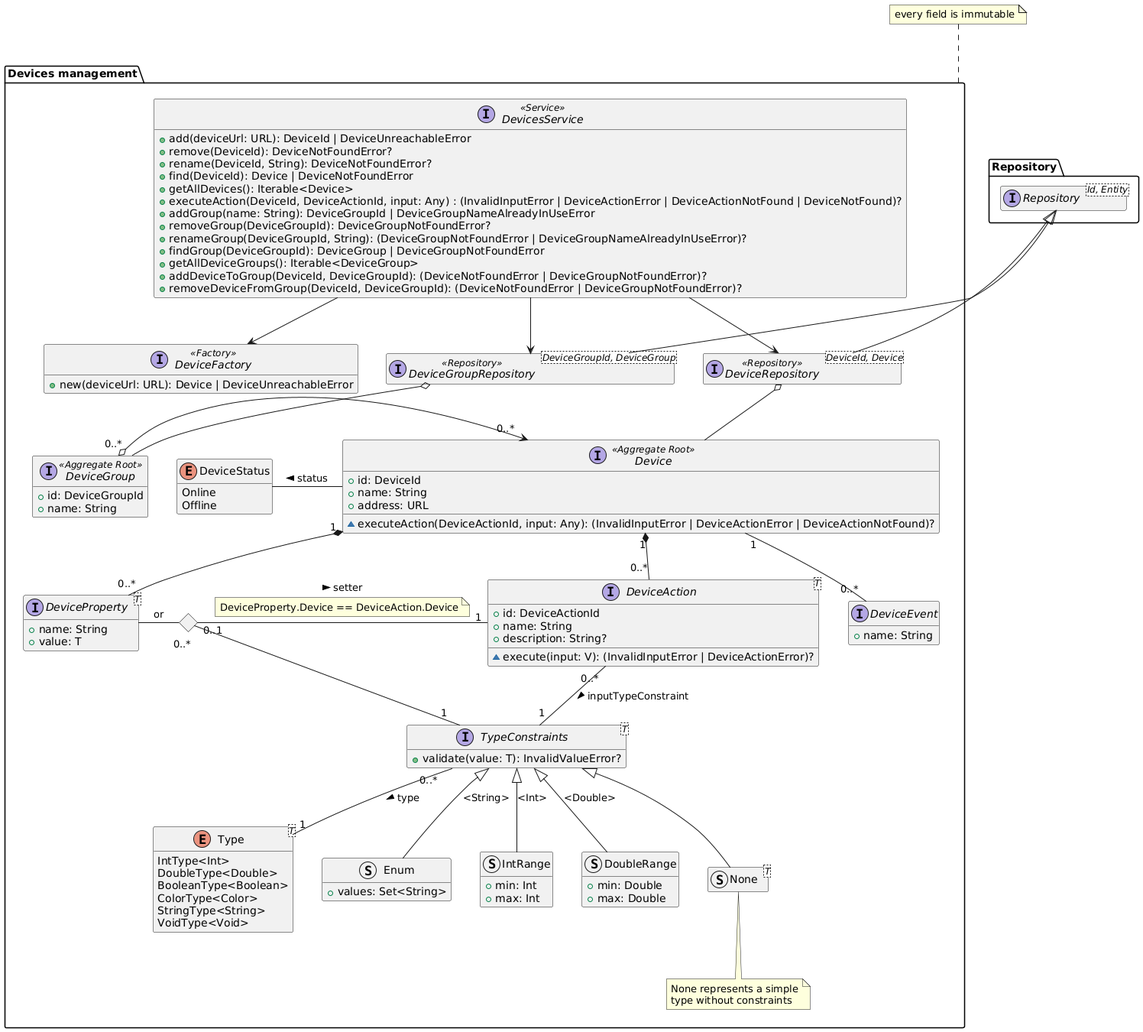
DomoticASW/.github keeps this PlantUML diagram as diagrams/generated/devices-management-domain-model.png. Above is the earlier version.
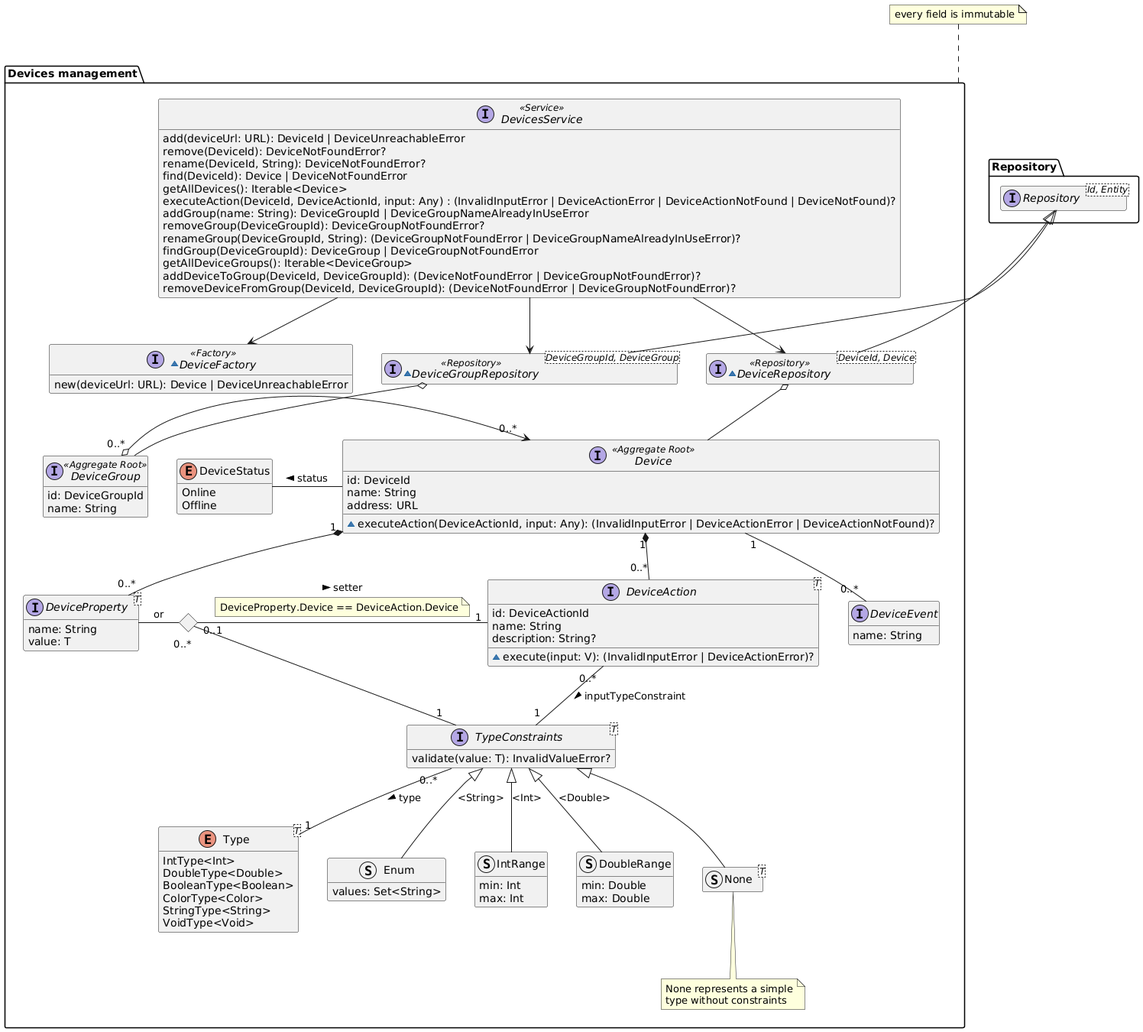
Above is the later version.

Change to the diagram source:
```diff
@@ -8,9 +8,9 @@
 package "Devices management" {
 
     interface Device <<Aggregate Root>> {
-        + id: DeviceId
-        + name: String
-        + address: URL
+        id: DeviceId
+        name: String
+        address: URL
         ~ executeAction(DeviceActionId, input: Any): (InvalidInputError | DeviceActionError | DeviceActionNotFound)?
     }
 
@@ -20,8 +20,8 @@
     }
 
     interface DeviceGroup <<Aggregate Root>> {
-        + id: DeviceGroupId
-        + name: String
+        id: DeviceGroupId
+        name: String
     }
 
     enum Type<T> {
@@ -34,21 +34,21 @@
     }
 
     interface TypeConstraints<T> {
-        + validate(value: T): InvalidValueError?
+        validate(value: T): InvalidValueError?
     }
 
     struct Enum {
-        + values: Set<String>
+        values: Set<String>
     }
 
     struct IntRange {
-        + min: Int
-        + max: Int
+        min: Int
+        max: Int
     }
 
     struct DoubleRange {
-        + min: Double
-        + max: Double
+        min: Double
+        max: Double
     }
 
     struct None<T>
@@ -59,42 +59,44 @@
 
 
     interface DeviceProperty<T> {
-        + name: String
-        + value: T
+        name: String
+        value: T
     }
 
     interface DeviceAction<T> {
-        + id: DeviceActionId
-        + name: String
-        + description: String?
+        id: DeviceActionId
+        name: String
+        description: String?
         ~ execute(input: V): (InvalidInputError | DeviceActionError)?
     }
 
     interface DeviceEvent {
-        + name: String
+        name: String
     }
 
-    interface DeviceGroupRepository<DeviceGroupId, DeviceGroup> <<Repository>>
-    interface DeviceRepository<DeviceId, Device> <<Repository>>
+    ~interface DeviceGroupRepository<DeviceGroupId, DeviceGroup> <<Repository>> {
+    }
+    ~interface DeviceRepository<DeviceId, Device> <<Repository>> {
+    }
 
     interface DevicesService <<Service>> {
-        + add(deviceUrl: URL): DeviceId | DeviceUnreachableError
-        + remove(DeviceId): DeviceNotFoundError?
-        + rename(DeviceId, String): DeviceNotFoundError?
-        + find(DeviceId): Device | DeviceNotFoundError
-        + getAllDevices(): Iterable<Device>
-        + executeAction(DeviceId, DeviceActionId, input: Any) : (InvalidInputError | DeviceActionError | DeviceActionNotFound | DeviceNotFound)?
-        + addGroup(name: String): DeviceGroupId | DeviceGroupNameAlreadyInUseError
-        + removeGroup(DeviceGroupId): DeviceGroupNotFoundError?
-        + renameGroup(DeviceGroupId, String): (DeviceGroupNotFoundError | DeviceGroupNameAlreadyInUseError)?
-        + findGroup(DeviceGroupId): DeviceGroup | DeviceGroupNotFoundError
-        + getAllDeviceGroups(): Iterable<DeviceGroup>
-        + addDeviceToGroup(DeviceId, DeviceGroupId): (DeviceNotFoundError | DeviceGroupNotFoundError)?
-        + removeDeviceFromGroup(DeviceId, DeviceGroupId): (DeviceNotFoundError | DeviceGroupNotFoundError)?
+        add(deviceUrl: URL): DeviceId | DeviceUnreachableError
+        remove(DeviceId): DeviceNotFoundError?
+        rename(DeviceId, String): DeviceNotFoundError?
+        find(DeviceId): Device | DeviceNotFoundError
+        getAllDevices(): Iterable<Device>
+        executeAction(DeviceId, DeviceActionId, input: Any) : (InvalidInputError | DeviceActionError | DeviceActionNotFound | DeviceNotFound)?
+        addGroup(name: String): DeviceGroupId | DeviceGroupNameAlreadyInUseError
+        removeGroup(DeviceGroupId): DeviceGroupNotFoundError?
+        renameGroup(DeviceGroupId, String): (DeviceGroupNotFoundError | DeviceGroupNameAlreadyInUseError)?
+        findGroup(DeviceGroupId): DeviceGroup | DeviceGroupNotFoundError
+        getAllDeviceGroups(): Iterable<DeviceGroup>
+        addDeviceToGroup(DeviceId, DeviceGroupId): (DeviceNotFoundError | DeviceGroupNotFoundError)?
+        removeDeviceFromGroup(DeviceId, DeviceGroupId): (DeviceNotFoundError | DeviceGroupNotFoundError)?
     }
 
-    interface DeviceFactory <<Factory>> {
-        + new(deviceUrl: URL): Device | DeviceUnreachableError
+    ~interface DeviceFactory <<Factory>> {
+        new(deviceUrl: URL): Device | DeviceUnreachableError
     }
 
 
```
